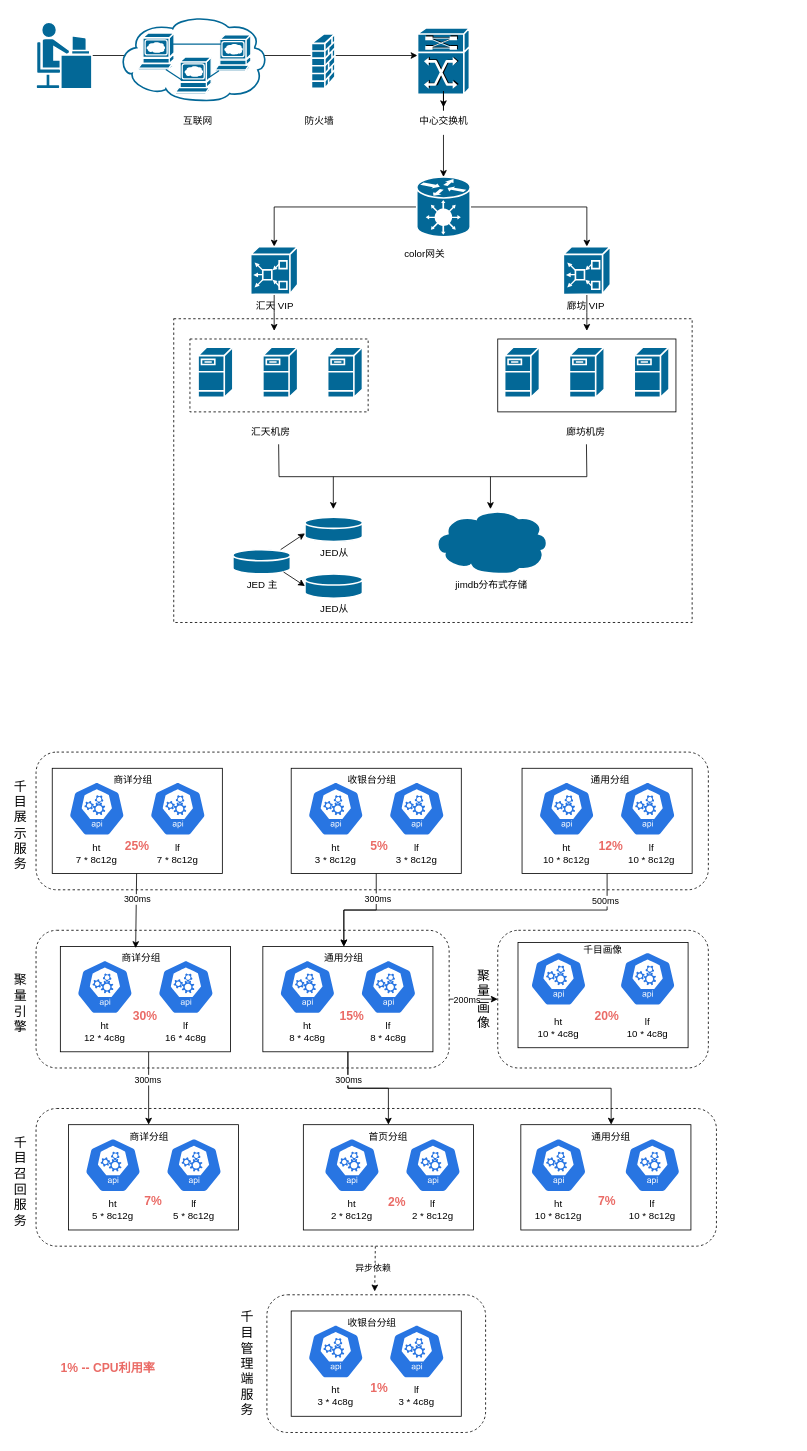
The draw.io diagram 千目物理拓扑图.drawio in BlankKelly/diagrams, before the edit. Source tidied: cells renumbered, new cells numbered last; positions are measured from the earlier drawing's top-left corner, leaving out a move shared by most shapes. Both pictures are drawn from the tidied source at 81%, with x=0, y=0 at pixel (19, 15).
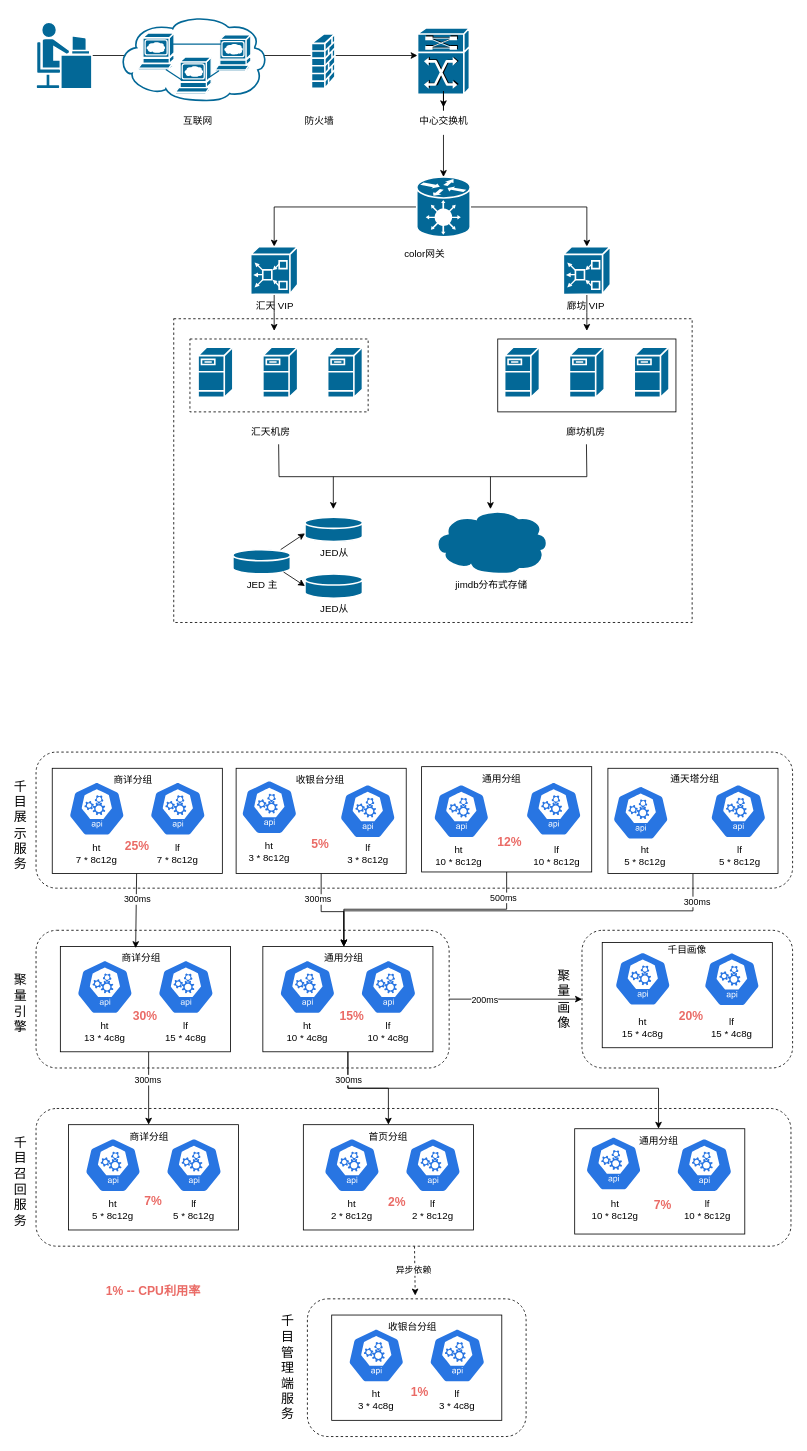
Above is the later version.

Commit message:
更新千目物理拓扑图.drawio

Unchanged cells that the change refers to:
```xml
<mxCell id="73" style="rounded=0;whiteSpace=wrap;html=1;" parent="1" vertex="1">
  <mxGeometry x="300" y="1150" width="210" height="130" as="geometry" />
</mxCell>
<mxCell id="74" value="通用分组" style="text;html=1;strokeColor=none;fillColor=none;align=center;verticalAlign=middle;whiteSpace=wrap;rounded=0;" parent="1" vertex="1">
  <mxGeometry x="370" y="1150" width="60" height="30" as="geometry" />
</mxCell>
```

Diff of the diagram source:
```diff
@@
     <mxCell id="2" style="rounded=1;whiteSpace=wrap;html=1;dashed=1;" parent="1" vertex="1">
-      <mxGeometry x="20" y="910" width="830" height="170" as="geometry" />
+      <mxGeometry x="20" y="910" width="934" height="168" as="geometry" />
     </mxCell>
@@
     <mxCell id="51" style="rounded=0;whiteSpace=wrap;html=1;" parent="1" vertex="1">
-      <mxGeometry x="335" y="930" width="210" height="130" as="geometry" />
+      <mxGeometry x="267" y="930" width="210" height="130" as="geometry" />
     </mxCell>
     <mxCell id="52" style="sketch=0;html=1;dashed=0;whitespace=wrap;fillColor=#2875E2;strokeColor=#ffffff;verticalLabelPosition=bottom;align=center;verticalAlign=top;shape=mxgraph.kubernetes.icon;prIcon=api;" parent="1" vertex="1">
-      <mxGeometry x="355" y="940" width="70" height="80" as="geometry" />
+      <mxGeometry x="273" y="938" width="70" height="80" as="geometry" />
     </mxCell>
     <mxCell id="53" style="sketch=0;html=1;dashed=0;whitespace=wrap;fillColor=#2875E2;strokeColor=#ffffff;verticalLabelPosition=bottom;align=center;verticalAlign=top;shape=mxgraph.kubernetes.icon;prIcon=api;" parent="1" vertex="1">
-      <mxGeometry x="455" y="940" width="70" height="80" as="geometry" />
+      <mxGeometry x="394.5" y="943" width="70" height="80" as="geometry" />
     </mxCell>
     <mxCell id="54" value="ht&lt;br&gt;3 * 8c12g" style="text;html=1;strokeColor=none;fillColor=none;align=center;verticalAlign=middle;whiteSpace=wrap;rounded=0;" parent="1" vertex="1">
-      <mxGeometry x="355" y="1020" width="70" height="30" as="geometry" />
+      <mxGeometry x="273" y="1018" width="70" height="30" as="geometry" />
     </mxCell>
     <mxCell id="55" value="lf&lt;br&gt;3 * 8c12g" style="text;html=1;strokeColor=none;fillColor=none;align=center;verticalAlign=middle;whiteSpace=wrap;rounded=0;" parent="1" vertex="1">
-      <mxGeometry x="455" y="1020" width="70" height="30" as="geometry" />
+      <mxGeometry x="394.5" y="1020" width="70" height="30" as="geometry" />
     </mxCell>
     <mxCell id="56" style="rounded=0;whiteSpace=wrap;html=1;" parent="1" vertex="1">
-      <mxGeometry x="620" y="930" width="210" height="130" as="geometry" />
+      <mxGeometry x="496" y="928" width="210" height="130" as="geometry" />
     </mxCell>
     <mxCell id="57" value="通用分组" style="text;html=1;strokeColor=none;fillColor=none;align=center;verticalAlign=middle;whiteSpace=wrap;rounded=0;" parent="1" vertex="1">
-      <mxGeometry x="698.5" y="930" width="60" height="30" as="geometry" />
+      <mxGeometry x="565" y="928" width="60" height="30" as="geometry" />
     </mxCell>
     <mxCell id="58" style="sketch=0;html=1;dashed=0;whitespace=wrap;fillColor=#2875E2;strokeColor=#ffffff;verticalLabelPosition=bottom;align=center;verticalAlign=top;shape=mxgraph.kubernetes.icon;prIcon=api;" parent="1" vertex="1">
-      <mxGeometry x="640" y="940" width="70" height="80" as="geometry" />
+      <mxGeometry x="510" y="943" width="70" height="80" as="geometry" />
     </mxCell>
     <mxCell id="59" style="sketch=0;html=1;dashed=0;whitespace=wrap;fillColor=#2875E2;strokeColor=#ffffff;verticalLabelPosition=bottom;align=center;verticalAlign=top;shape=mxgraph.kubernetes.icon;prIcon=api;" parent="1" vertex="1">
-      <mxGeometry x="740" y="940" width="70" height="80" as="geometry" />
+      <mxGeometry x="624" y="940" width="70" height="80" as="geometry" />
     </mxCell>
     <mxCell id="60" value="ht&lt;br&gt;10 * 8c12g" style="text;html=1;strokeColor=none;fillColor=none;align=center;verticalAlign=middle;whiteSpace=wrap;rounded=0;" parent="1" vertex="1">
-      <mxGeometry x="640" y="1020" width="70" height="30" as="geometry" />
+      <mxGeometry x="507" y="1023" width="70" height="30" as="geometry" />
     </mxCell>
     <mxCell id="61" value="lf&lt;br&gt;10 * 8c12g" style="text;html=1;strokeColor=none;fillColor=none;align=center;verticalAlign=middle;whiteSpace=wrap;rounded=0;" parent="1" vertex="1">
-      <mxGeometry x="745" y="1020" width="70" height="30" as="geometry" />
+      <mxGeometry x="628" y="1023" width="70" height="30" as="geometry" />
     </mxCell>
     <mxCell id="62" value="收银台分组" style="text;html=1;strokeColor=none;fillColor=none;align=center;verticalAlign=middle;whiteSpace=wrap;rounded=0;" parent="1" vertex="1">
-      <mxGeometry x="400" y="930" width="70" height="30" as="geometry" />
+      <mxGeometry x="335.8" y="930" width="70" height="30" as="geometry" />
     </mxCell>
@@
-    <mxCell id="71" value="ht&lt;br&gt;12 * 4c8g" style="text;html=1;strokeColor=none;fillColor=none;align=center;verticalAlign=middle;whiteSpace=wrap;rounded=0;" parent="1" vertex="1">
+    <mxCell id="71" value="ht&lt;br&gt;13 * 4c8g" style="text;html=1;strokeColor=none;fillColor=none;align=center;verticalAlign=middle;whiteSpace=wrap;rounded=0;" parent="1" vertex="1">
       <mxGeometry x="70" y="1240" width="70" height="30" as="geometry" />
     </mxCell>
-    <mxCell id="72" value="lf&lt;br&gt;16 * 4c8g" style="text;html=1;strokeColor=none;fillColor=none;align=center;verticalAlign=middle;whiteSpace=wrap;rounded=0;" parent="1" vertex="1">
+    <mxCell id="72" value="lf&lt;br&gt;15 * 4c8g" style="text;html=1;strokeColor=none;fillColor=none;align=center;verticalAlign=middle;whiteSpace=wrap;rounded=0;" parent="1" vertex="1">
       <mxGeometry x="170" y="1240" width="70" height="30" as="geometry" />
     </mxCell>
@@
-    <mxCell id="77" value="ht&lt;br&gt;8 * 4c8g" style="text;html=1;strokeColor=none;fillColor=none;align=center;verticalAlign=middle;whiteSpace=wrap;rounded=0;" parent="1" vertex="1">
+    <mxCell id="77" value="ht&lt;br&gt;10 * 4c8g" style="text;html=1;strokeColor=none;fillColor=none;align=center;verticalAlign=middle;whiteSpace=wrap;rounded=0;" parent="1" vertex="1">
       <mxGeometry x="320" y="1240" width="70" height="30" as="geometry" />
     </mxCell>
-    <mxCell id="78" value="lf&lt;br&gt;8 * 4c8g" style="text;html=1;strokeColor=none;fillColor=none;align=center;verticalAlign=middle;whiteSpace=wrap;rounded=0;" parent="1" vertex="1">
+    <mxCell id="78" value="lf&lt;br&gt;10 * 4c8g" style="text;html=1;strokeColor=none;fillColor=none;align=center;verticalAlign=middle;whiteSpace=wrap;rounded=0;" parent="1" vertex="1">
       <mxGeometry x="420" y="1240" width="70" height="30" as="geometry" />
     </mxCell>
@@
     <mxCell id="81" style="rounded=1;whiteSpace=wrap;html=1;dashed=1;" parent="1" vertex="1">
-      <mxGeometry x="20" y="1350" width="840" height="170" as="geometry" />
+      <mxGeometry x="20" y="1350" width="932" height="170" as="geometry" />
     </mxCell>
@@
     <mxCell id="93" style="rounded=0;whiteSpace=wrap;html=1;" parent="1" vertex="1">
-      <mxGeometry x="618.5" y="1370" width="210" height="130" as="geometry" />
+      <mxGeometry x="685" y="1375" width="210" height="130" as="geometry" />
     </mxCell>
     <mxCell id="94" value="通用分组" style="text;html=1;strokeColor=none;fillColor=none;align=center;verticalAlign=middle;whiteSpace=wrap;rounded=0;" parent="1" vertex="1">
-      <mxGeometry x="700" y="1370" width="60" height="30" as="geometry" />
+      <mxGeometry x="758.5" y="1375" width="60" height="30" as="geometry" />
     </mxCell>
     <mxCell id="95" style="sketch=0;html=1;dashed=0;whitespace=wrap;fillColor=#2875E2;strokeColor=#ffffff;verticalLabelPosition=bottom;align=center;verticalAlign=top;shape=mxgraph.kubernetes.icon;prIcon=api;" parent="1" vertex="1">
-      <mxGeometry x="630" y="1380" width="70" height="80" as="geometry" />
+      <mxGeometry x="698" y="1378" width="70" height="80" as="geometry" />
     </mxCell>
     <mxCell id="96" style="sketch=0;html=1;dashed=0;whitespace=wrap;fillColor=#2875E2;strokeColor=#ffffff;verticalLabelPosition=bottom;align=center;verticalAlign=top;shape=mxgraph.kubernetes.icon;prIcon=api;" parent="1" vertex="1">
-      <mxGeometry x="745.8" y="1380" width="70" height="80" as="geometry" />
+      <mxGeometry x="810" y="1380" width="70" height="80" as="geometry" />
     </mxCell>
     <mxCell id="97" value="ht&lt;br&gt;10 * 8c12g" style="text;html=1;strokeColor=none;fillColor=none;align=center;verticalAlign=middle;whiteSpace=wrap;rounded=0;" parent="1" vertex="1">
-      <mxGeometry x="630" y="1460" width="70" height="30" as="geometry" />
+      <mxGeometry x="700" y="1460" width="70" height="30" as="geometry" />
     </mxCell>
     <mxCell id="98" value="lf&lt;br&gt;10 * 8c12g" style="text;html=1;strokeColor=none;fillColor=none;align=center;verticalAlign=middle;whiteSpace=wrap;rounded=0;" parent="1" vertex="1">
-      <mxGeometry x="745.8" y="1460" width="70" height="30" as="geometry" />
+      <mxGeometry x="814" y="1460" width="70" height="30" as="geometry" />
     </mxCell>
@@
     <mxCell id="101" style="rounded=1;whiteSpace=wrap;html=1;dashed=1;" parent="1" vertex="1">
-      <mxGeometry x="305" y="1580" width="270" height="170" as="geometry" />
+      <mxGeometry x="355" y="1585" width="270" height="170" as="geometry" />
     </mxCell>
     <mxCell id="102" style="rounded=0;whiteSpace=wrap;html=1;" parent="1" vertex="1">
-      <mxGeometry x="335" y="1600" width="210" height="130" as="geometry" />
+      <mxGeometry x="385" y="1605" width="210" height="130" as="geometry" />
     </mxCell>
     <mxCell id="103" style="sketch=0;html=1;dashed=0;whitespace=wrap;fillColor=#2875E2;strokeColor=#ffffff;verticalLabelPosition=bottom;align=center;verticalAlign=top;shape=mxgraph.kubernetes.icon;prIcon=api;" parent="1" vertex="1">
-      <mxGeometry x="355" y="1610" width="70" height="80" as="geometry" />
+      <mxGeometry x="405" y="1615" width="70" height="80" as="geometry" />
     </mxCell>
     <mxCell id="104" style="sketch=0;html=1;dashed=0;whitespace=wrap;fillColor=#2875E2;strokeColor=#ffffff;verticalLabelPosition=bottom;align=center;verticalAlign=top;shape=mxgraph.kubernetes.icon;prIcon=api;" parent="1" vertex="1">
-      <mxGeometry x="455" y="1610" width="70" height="80" as="geometry" />
+      <mxGeometry x="505" y="1615" width="70" height="80" as="geometry" />
     </mxCell>
     <mxCell id="105" value="ht&lt;br&gt;3 * 4c8g" style="text;html=1;strokeColor=none;fillColor=none;align=center;verticalAlign=middle;whiteSpace=wrap;rounded=0;" parent="1" vertex="1">
-      <mxGeometry x="355" y="1690" width="70" height="30" as="geometry" />
+      <mxGeometry x="405" y="1695" width="70" height="30" as="geometry" />
     </mxCell>
     <mxCell id="106" value="lf&lt;br&gt;3 * 4c8g" style="text;html=1;strokeColor=none;fillColor=none;align=center;verticalAlign=middle;whiteSpace=wrap;rounded=0;" parent="1" vertex="1">
-      <mxGeometry x="455" y="1685" width="70" height="40" as="geometry" />
+      <mxGeometry x="505" y="1690" width="70" height="40" as="geometry" />
     </mxCell>
     <mxCell id="107" value="收银台分组" style="text;html=1;strokeColor=none;fillColor=none;align=center;verticalAlign=middle;whiteSpace=wrap;rounded=0;" parent="1" vertex="1">
-      <mxGeometry x="400" y="1600" width="70" height="30" as="geometry" />
+      <mxGeometry x="450" y="1605" width="70" height="30" as="geometry" />
     </mxCell>
     <mxCell id="108" value="千目管理端服务" style="text;html=1;strokeColor=none;fillColor=none;align=center;verticalAlign=middle;whiteSpace=wrap;rounded=0;fontSize=16;" parent="1" vertex="1">
-      <mxGeometry x="280" y="1605" height="120" as="geometry" />
+      <mxGeometry x="330" y="1610" height="120" as="geometry" />
     </mxCell>
@@
     <mxCell id="112" style="edgeStyle=orthogonalEdgeStyle;rounded=0;jettySize=auto;html=1;entryX=0.5;entryY=0;entryDx=0;entryDy=0;" parent="1" edge="1" source="51" target="74">
-      <mxGeometry relative="1" as="geometry" />
+      <mxGeometry relative="1" as="geometry">
+        <Array as="points">
+          <mxPoint x="372" y="1107" />
+          <mxPoint x="400" y="1107" />
+        </Array>
+      </mxGeometry>
     </mxCell>
     <mxCell id="113" style="rounded=1;whiteSpace=wrap;html=1;dashed=1;" parent="1" vertex="1">
-      <mxGeometry x="590" y="1130" width="260" height="170" as="geometry" />
+      <mxGeometry x="694" y="1130" width="260" height="170" as="geometry" />
     </mxCell>
     <mxCell id="114" style="rounded=0;whiteSpace=wrap;html=1;" parent="1" vertex="1">
-      <mxGeometry x="615" y="1145" width="210" height="130" as="geometry" />
+      <mxGeometry x="719" y="1145" width="210" height="130" as="geometry" />
     </mxCell>
     <mxCell id="115" value="千目画像" style="text;html=1;strokeColor=none;fillColor=none;align=center;verticalAlign=middle;whiteSpace=wrap;rounded=0;" parent="1" vertex="1">
-      <mxGeometry x="690" y="1140" width="60" height="30" as="geometry" />
+      <mxGeometry x="794" y="1140" width="60" height="30" as="geometry" />
     </mxCell>
     <mxCell id="116" style="sketch=0;html=1;dashed=0;whitespace=wrap;fillColor=#2875E2;strokeColor=#ffffff;verticalLabelPosition=bottom;align=center;verticalAlign=top;shape=mxgraph.kubernetes.icon;prIcon=api;" parent="1" vertex="1">
-      <mxGeometry x="630" y="1150" width="70" height="80" as="geometry" />
+      <mxGeometry x="734" y="1150" width="70" height="80" as="geometry" />
     </mxCell>
     <mxCell id="117" style="sketch=0;html=1;dashed=0;whitespace=wrap;fillColor=#2875E2;strokeColor=#ffffff;verticalLabelPosition=bottom;align=center;verticalAlign=top;shape=mxgraph.kubernetes.icon;prIcon=api;" parent="1" vertex="1">
-      <mxGeometry x="740" y="1150" width="70" height="80" as="geometry" />
+      <mxGeometry x="844" y="1150" width="70" height="81" as="geometry" />
     </mxCell>
-    <mxCell id="118" value="ht&lt;br&gt;10 * 4c8g" style="text;html=1;strokeColor=none;fillColor=none;align=center;verticalAlign=middle;whiteSpace=wrap;rounded=0;" parent="1" vertex="1">
-      <mxGeometry x="630" y="1235" width="70" height="30" as="geometry" />
+    <mxCell id="118" value="ht&lt;br&gt;15 * 4c8g" style="text;html=1;strokeColor=none;fillColor=none;align=center;verticalAlign=middle;whiteSpace=wrap;rounded=0;" parent="1" vertex="1">
+      <mxGeometry x="734" y="1235" width="70" height="30" as="geometry" />
     </mxCell>
-    <mxCell id="119" value="lf&lt;br&gt;10 * 4c8g" style="text;html=1;strokeColor=none;fillColor=none;align=center;verticalAlign=middle;whiteSpace=wrap;rounded=0;" parent="1" vertex="1">
-      <mxGeometry x="740" y="1235" width="70" height="30" as="geometry" />
+    <mxCell id="119" value="lf&lt;br&gt;15 * 4c8g" style="text;html=1;strokeColor=none;fillColor=none;align=center;verticalAlign=middle;whiteSpace=wrap;rounded=0;" parent="1" vertex="1">
+      <mxGeometry x="844" y="1235" width="70" height="30" as="geometry" />
     </mxCell>
     <mxCell id="120" value="聚量画像" style="text;html=1;strokeColor=none;fillColor=none;align=center;verticalAlign=middle;whiteSpace=wrap;rounded=0;fontSize=16;" parent="1" vertex="1">
-      <mxGeometry x="572" y="1155" height="120" as="geometry" />
+      <mxGeometry x="671" y="1155" height="120" as="geometry" />
     </mxCell>
@@
     <mxCell id="124" style="edgeStyle=orthogonalEdgeStyle;rounded=0;jettySize=auto;html=1;exitX=0.5;exitY=1;exitDx=0;exitDy=0;entryX=0.5;entryY=0;entryDx=0;entryDy=0;" parent="1" edge="1" source="73" target="94">
-      <mxGeometry relative="1" as="geometry" />
+      <mxGeometry relative="1" as="geometry">
+        <Array as="points">
+          <mxPoint x="405" y="1325" />
+          <mxPoint x="789" y="1325" />
+        </Array>
+      </mxGeometry>
     </mxCell>
     <mxCell id="125" value="12%" style="text;html=1;strokeColor=none;fillColor=none;align=center;verticalAlign=middle;whiteSpace=wrap;rounded=0;fontColor=#EA6B66;fontSize=15;fontStyle=1;" parent="1" vertex="1">
-      <mxGeometry x="708.5" y="1010" width="41.5" height="30" as="geometry" />
+      <mxGeometry x="583.5" y="1005" width="41.5" height="30" as="geometry" />
     </mxCell>
     <mxCell id="126" value="5%" style="text;html=1;strokeColor=none;fillColor=none;align=center;verticalAlign=middle;whiteSpace=wrap;rounded=0;fontColor=#EA6B66;fontSize=15;fontStyle=1;" parent="1" vertex="1">
-      <mxGeometry x="423" y="1010" width="41.5" height="30" as="geometry" />
+      <mxGeometry x="350" y="1008" width="41.5" height="30" as="geometry" />
     </mxCell>
@@
     <mxCell id="130" value="20%" style="text;html=1;strokeColor=none;fillColor=none;align=center;verticalAlign=middle;whiteSpace=wrap;rounded=0;fontColor=#EA6B66;fontSize=15;fontStyle=1;" parent="1" vertex="1">
-      <mxGeometry x="704.2" y="1220" width="41.5" height="30" as="geometry" />
+      <mxGeometry x="808.2" y="1220" width="41.5" height="30" as="geometry" />
     </mxCell>
@@
     <mxCell id="133" value="7%" style="text;html=1;strokeColor=none;fillColor=none;align=center;verticalAlign=middle;whiteSpace=wrap;rounded=0;fontColor=#EA6B66;fontSize=15;fontStyle=1;" parent="1" vertex="1">
-      <mxGeometry x="704.2" y="1449" width="41.5" height="30" as="geometry" />
+      <mxGeometry x="772.5" y="1453" width="41.5" height="30" as="geometry" />
     </mxCell>
     <mxCell id="134" value="1%" style="text;html=1;strokeColor=none;fillColor=none;align=center;verticalAlign=middle;whiteSpace=wrap;rounded=0;fontColor=#EA6B66;fontSize=15;fontStyle=1;" parent="1" vertex="1">
-      <mxGeometry x="423" y="1680" width="41.5" height="30" as="geometry" />
+      <mxGeometry x="473" y="1685" width="41.5" height="30" as="geometry" />
     </mxCell>
     <mxCell id="135" value="1% -- CPU利用率" style="text;html=1;strokeColor=none;fillColor=none;align=center;verticalAlign=middle;whiteSpace=wrap;rounded=0;fontColor=#EA6B66;fontSize=15;fontStyle=1;" parent="1" vertex="1">
-      <mxGeometry x="45" y="1660" width="128" height="20" as="geometry" />
+      <mxGeometry x="101" y="1565" width="128" height="20" as="geometry" />
     </mxCell>
@@
-    <mxCell id="137" value="300ms" style="edgeLabel;html=1;align=center;verticalAlign=middle;" parent="1" vertex="1">
-      <mxGeometry x="165" y="1104" as="geometry">
-        <mxPoint x="276" y="-14" as="offset" />
-      </mxGeometry>
-    </mxCell>
     <mxCell id="138" value="500ms" style="edgeLabel;html=1;align=center;verticalAlign=middle;" parent="1" vertex="1">
-      <mxGeometry x="723.5" y="1091" as="geometry">
+      <mxGeometry x="597.8" y="1087" as="geometry">
         <mxPoint x="-1" y="2" as="offset" />
       </mxGeometry>
     </mxCell>
     <mxCell id="139" value="异步依赖" style="edgeLabel;html=1;align=center;verticalAlign=middle;" parent="1" vertex="1">
-      <mxGeometry x="160" y="1104" as="geometry">
+      <mxGeometry x="210" y="1107" as="geometry">
         <mxPoint x="275" y="442" as="offset" />
       </mxGeometry>
     </mxCell>
+    <mxCell id="140" style="edgeStyle=orthogonalEdgeStyle;rounded=0;jettySize=auto;html=1;entryX=0.5;entryY=0;entryDx=0;entryDy=0;" parent="1" edge="1" source="142" target="74">
+      <mxGeometry relative="1" as="geometry">
+        <Array as="points">
+          <mxPoint x="831" y="1106" />
+          <mxPoint x="400" y="1106" />
+        </Array>
+      </mxGeometry>
+    </mxCell>
+    <mxCell id="141" value="300ms" style="edgeLabel;html=1;align=center;verticalAlign=middle;" parent="140" vertex="1">
+      <mxGeometry x="-0.87" y="4" relative="1" as="geometry" />
+    </mxCell>
+    <mxCell id="142" style="rounded=0;whiteSpace=wrap;html=1;" parent="1" vertex="1">
+      <mxGeometry x="726" y="930" width="210" height="130" as="geometry" />
+    </mxCell>
+    <mxCell id="143" value="通天塔分组" style="text;html=1;strokeColor=none;fillColor=none;align=center;verticalAlign=middle;whiteSpace=wrap;rounded=0;" parent="1" vertex="1">
+      <mxGeometry x="796" y="930.5" width="75" height="25" as="geometry" />
+    </mxCell>
+    <mxCell id="144" style="sketch=0;html=1;dashed=0;whitespace=wrap;fillColor=#2875E2;strokeColor=#ffffff;verticalLabelPosition=bottom;align=center;verticalAlign=top;shape=mxgraph.kubernetes.icon;prIcon=api;" parent="1" vertex="1">
+      <mxGeometry x="731.5" y="945" width="70" height="80" as="geometry" />
+    </mxCell>
+    <mxCell id="145" style="sketch=0;html=1;dashed=0;whitespace=wrap;fillColor=#2875E2;strokeColor=#ffffff;verticalLabelPosition=bottom;align=center;verticalAlign=top;shape=mxgraph.kubernetes.icon;prIcon=api;" parent="1" vertex="1">
+      <mxGeometry x="852" y="943" width="70" height="80" as="geometry" />
+    </mxCell>
+    <mxCell id="146" value="ht&lt;br&gt;5 * 8c12g" style="text;html=1;strokeColor=none;fillColor=none;align=center;verticalAlign=middle;whiteSpace=wrap;rounded=0;" parent="1" vertex="1">
+      <mxGeometry x="737" y="1023" width="70" height="30" as="geometry" />
+    </mxCell>
+    <mxCell id="147" value="lf&lt;br&gt;5 * 8c12g" style="text;html=1;strokeColor=none;fillColor=none;align=center;verticalAlign=middle;whiteSpace=wrap;rounded=0;" parent="1" vertex="1">
+      <mxGeometry x="854" y="1023" width="70" height="30" as="geometry" />
+    </mxCell>
+    <mxCell id="148" value="300ms" style="edgeLabel;html=1;align=center;verticalAlign=middle;" parent="1" vertex="1">
+      <mxGeometry x="370" y="1092" as="geometry">
+        <mxPoint x="-3" y="-1" as="offset" />
+      </mxGeometry>
+    </mxCell>
```
